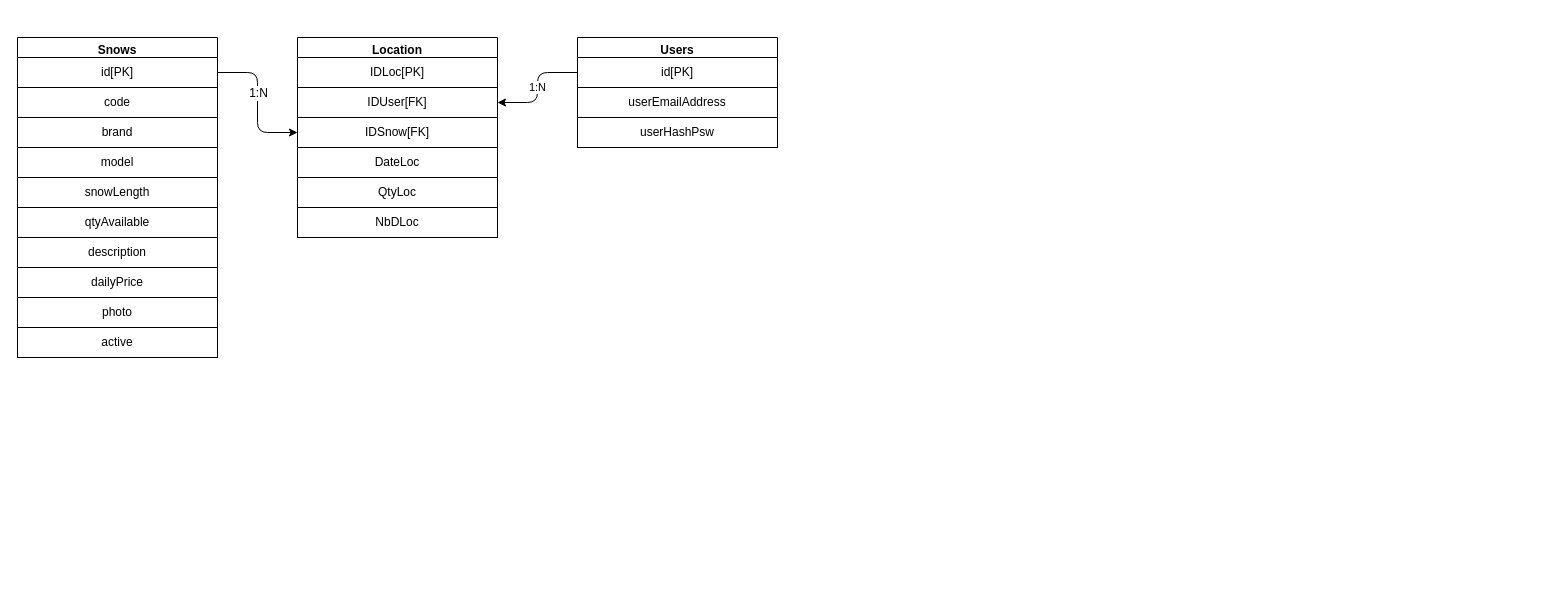
Before: Docu/Sprint 3/MCDLocation.drawio in Havachi/ProjetWEB-DB-LJACorp, a draw.io diagram. Source tidied: cells renumbered, new cells numbered last; positions are measured from the earlier drawing's top-left corner, leaving out a move shared by most shapes. Both pictures are drawn from the tidied source at 100%, with x=0, y=0 at pixel (17, 37).
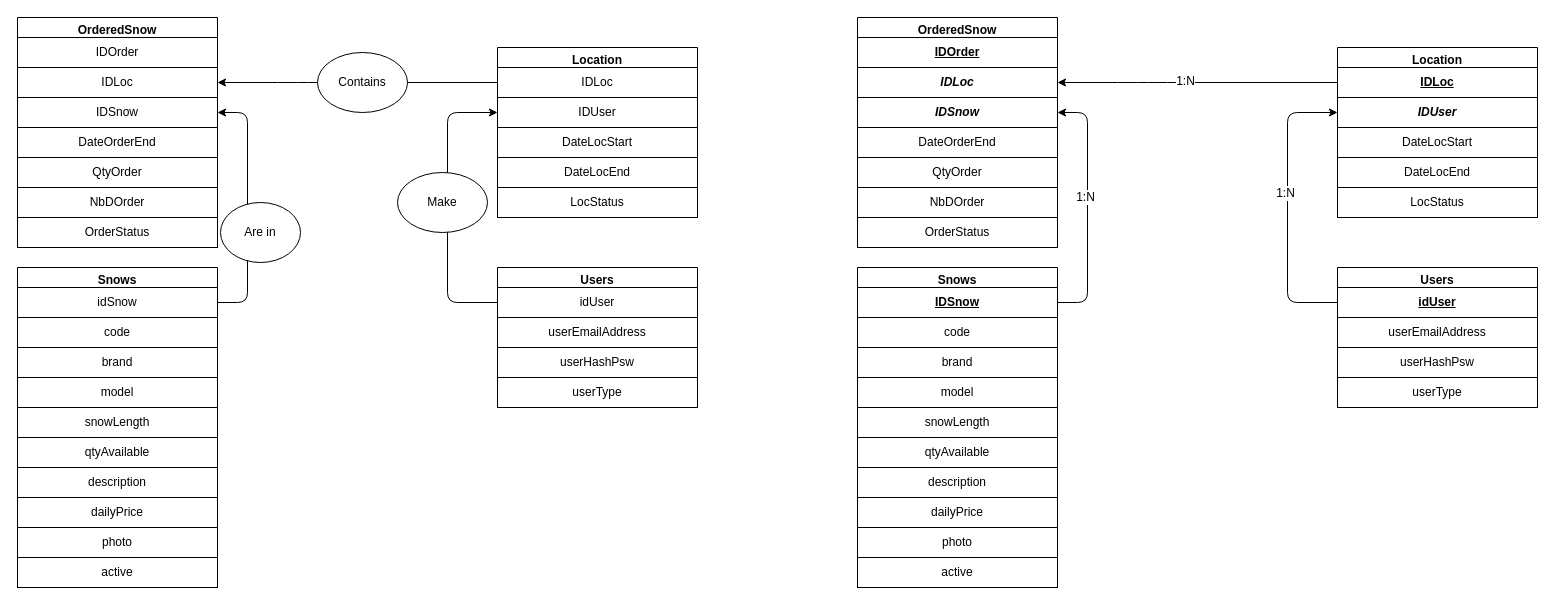
After the change.

Commit message:
MCD-MLD ready for validation

The edit, as a diff of the source:
```diff
@@
     <mxCell id="2" value="Location" style="swimlane;" parent="1" vertex="1">
-      <mxGeometry x="280" width="200" height="200" as="geometry" />
+      <mxGeometry x="480" y="10" width="200" height="170" as="geometry" />
     </mxCell>
-    <mxCell id="3" value="IDLoc[PK]" style="rounded=0;whiteSpace=wrap;html=1;" parent="2" vertex="1">
+    <mxCell id="3" value="IDLoc" style="rounded=0;whiteSpace=wrap;html=1;" parent="2" vertex="1">
       <mxGeometry y="20" width="200" height="30" as="geometry" />
     </mxCell>
-    <mxCell id="4" value="IDUser[FK]" style="rounded=0;whiteSpace=wrap;html=1;" parent="2" vertex="1">
+    <mxCell id="4" value="IDUser" style="rounded=0;whiteSpace=wrap;html=1;" parent="2" vertex="1">
       <mxGeometry y="50" width="200" height="30" as="geometry" />
     </mxCell>
-    <mxCell id="5" value="IDSnow[FK]" style="rounded=0;whiteSpace=wrap;html=1;" parent="2" vertex="1">
-      <mxGeometry y="80" width="200" height="30" as="geometry" />
-    </mxCell>
-    <mxCell id="6" value="DateLoc" style="rounded=0;whiteSpace=wrap;html=1;" parent="2" vertex="1">
-      <mxGeometry y="110" width="200" height="30" as="geometry" />
-    </mxCell>
-    <mxCell id="7" value="QtyLoc" style="rounded=0;whiteSpace=wrap;html=1;" parent="2" vertex="1">
-      <mxGeometry y="140" width="200" height="30" as="geometry" />
-    </mxCell>
-    <mxCell id="8" value="NbDLoc" style="rounded=0;whiteSpace=wrap;html=1;" parent="2" vertex="1">
-      <mxGeometry y="170" width="200" height="30" as="geometry" />
-    </mxCell>
+    <mxCell id="27" value="LocStatus" style="rounded=0;whiteSpace=wrap;html=1;" parent="2" vertex="1">
+      <mxGeometry y="140" width="200" height="30" as="geometry" />
+    </mxCell>
+    <mxCell id="28" value="DateLocStart" style="rounded=0;whiteSpace=wrap;html=1;" parent="2" vertex="1">
+      <mxGeometry y="80" width="200" height="30" as="geometry" />
+    </mxCell>
+    <mxCell id="29" value="DateLocEnd" style="rounded=0;whiteSpace=wrap;html=1;" parent="2" vertex="1">
+      <mxGeometry y="110" width="200" height="30" as="geometry" />
+    </mxCell>
     <mxCell id="9" value="Snows" style="swimlane;" parent="1" vertex="1">
-      <mxGeometry width="200" height="320" as="geometry" />
+      <mxGeometry y="230" width="200" height="320" as="geometry" />
     </mxCell>
-    <mxCell id="10" value="id[PK]" style="rounded=0;whiteSpace=wrap;html=1;" parent="9" vertex="1">
+    <mxCell id="10" value="idSnow" style="rounded=0;whiteSpace=wrap;html=1;" parent="9" vertex="1">
       <mxGeometry y="20" width="200" height="30" as="geometry" />
     </mxCell>
@@
     <mxCell id="20" value="Users" style="swimlane;" parent="1" vertex="1">
-      <mxGeometry x="560" width="200" height="110" as="geometry" />
+      <mxGeometry x="480" y="230" width="200" height="140" as="geometry" />
     </mxCell>
-    <mxCell id="21" value="id[PK]" style="rounded=0;whiteSpace=wrap;html=1;" parent="20" vertex="1">
+    <mxCell id="21" value="idUser" style="rounded=0;whiteSpace=wrap;html=1;" parent="20" vertex="1">
       <mxGeometry y="20" width="200" height="30" as="geometry" />
     </mxCell>
@@
+    <mxCell id="30" value="userType" style="rounded=0;whiteSpace=wrap;html=1;" parent="20" vertex="1">
+      <mxGeometry y="110" width="200" height="30" as="geometry" />
+    </mxCell>
+    <mxCell id="31" value="OrderedSnow" style="swimlane;" parent="1" vertex="1">
+      <mxGeometry y="-20" width="200" height="230" as="geometry" />
+    </mxCell>
+    <mxCell id="8" value="NbDOrder" style="rounded=0;whiteSpace=wrap;html=1;" parent="31" vertex="1">
+      <mxGeometry y="170" width="200" height="30" as="geometry" />
+    </mxCell>
+    <mxCell id="7" value="QtyOrder" style="rounded=0;whiteSpace=wrap;html=1;" parent="31" vertex="1">
+      <mxGeometry y="140" width="200" height="30" as="geometry" />
+    </mxCell>
+    <mxCell id="6" value="DateOrderEnd" style="rounded=0;whiteSpace=wrap;html=1;" parent="31" vertex="1">
+      <mxGeometry y="110" width="200" height="30" as="geometry" />
+    </mxCell>
+    <mxCell id="5" value="IDSnow" style="rounded=0;whiteSpace=wrap;html=1;" parent="31" vertex="1">
+      <mxGeometry y="80" width="200" height="30" as="geometry" />
+    </mxCell>
+    <mxCell id="32" value="IDLoc" style="rounded=0;whiteSpace=wrap;html=1;" parent="31" vertex="1">
+      <mxGeometry y="50" width="200" height="30" as="geometry" />
+    </mxCell>
+    <mxCell id="33" value="IDOrder" style="rounded=0;whiteSpace=wrap;html=1;" parent="31" vertex="1">
+      <mxGeometry y="20" width="200" height="30" as="geometry" />
+    </mxCell>
+    <mxCell id="34" value="OrderStatus" style="rounded=0;whiteSpace=wrap;html=1;" parent="31" vertex="1">
+      <mxGeometry y="200" width="200" height="30" as="geometry" />
+    </mxCell>
-    <mxCell id="24" style="endArrow=classic;html=1;exitX=1;exitY=0.5;exitDx=0;exitDy=0;entryX=0;entryY=0.5;entryDx=0;entryDy=0;edgeStyle=orthogonalEdgeStyle;elbow=vertical;" parent="1" edge="1" source="10" target="5">
-      <mxGeometry relative="1" as="geometry" />
+    <mxCell id="24" style="endArrow=classic;html=1;exitX=1;exitY=0.5;exitDx=0;exitDy=0;entryX=1;entryY=0.5;entryDx=0;entryDy=0;" parent="1" edge="1" source="10" target="5">
+      <mxGeometry relative="1" as="geometry">
+        <Array as="points">
+          <mxPoint x="230" y="265" />
+          <mxPoint x="230" y="75" />
+        </Array>
+      </mxGeometry>
     </mxCell>
-    <mxCell id="25" value="1:N" style="text;html=1;align=center;verticalAlign=middle;labelBackgroundColor=#ffffff;" parent="24" vertex="1">
-      <mxGeometry x="-0.43" y="-7" relative="1" as="geometry">
-        <mxPoint x="7" y="20" as="offset" />
-      </mxGeometry>
-    </mxCell>
+    <mxCell id="35" style="endArrow=classic;html=1;exitX=0;exitY=0.5;exitDx=0;exitDy=0;entryX=1;entryY=0.5;entryDx=0;entryDy=0;" parent="1" edge="1" source="3" target="32">
+      <mxGeometry relative="1" as="geometry">
+        <Array as="points">
+          <mxPoint x="300" y="45" />
+          <mxPoint x="270" y="45" />
+        </Array>
+      </mxGeometry>
+    </mxCell>
-    <mxCell id="26" value="1:N" style="endArrow=classic;html=1;entryX=1;entryY=0.5;entryDx=0;entryDy=0;exitX=0;exitY=0.5;exitDx=0;exitDy=0;" parent="1" edge="1" source="21" target="4">
+    <mxCell id="26" style="endArrow=classic;html=1;exitX=0;exitY=0.5;exitDx=0;exitDy=0;entryX=0;entryY=0.5;entryDx=0;entryDy=0;" parent="1" edge="1" source="21" target="4">
       <mxGeometry relative="1" as="geometry">
         <Array as="points">
-          <mxPoint x="520" y="35" />
-          <mxPoint x="520" y="65" />
+          <mxPoint x="430" y="265" />
+          <mxPoint x="430" y="75" />
         </Array>
       </mxGeometry>
     </mxCell>
+    <mxCell id="36" value="Make" style="ellipse;whiteSpace=wrap;html=1;" parent="1" vertex="1">
+      <mxGeometry x="380" y="135" width="90" height="60" as="geometry" />
+    </mxCell>
+    <mxCell id="37" value="Contains" style="ellipse;whiteSpace=wrap;html=1;" parent="1" vertex="1">
+      <mxGeometry x="300" y="15" width="90" height="60" as="geometry" />
+    </mxCell>
+    <mxCell id="38" value="Are in" style="ellipse;whiteSpace=wrap;html=1;" parent="1" vertex="1">
+      <mxGeometry x="203" y="165" width="80" height="60" as="geometry" />
+    </mxCell>
+    <mxCell id="39" value="Location" style="swimlane;" parent="1" vertex="1">
+      <mxGeometry x="1320" y="10" width="200" height="170" as="geometry" />
+    </mxCell>
+    <mxCell id="40" value="&lt;b&gt;&lt;u&gt;IDLoc&lt;/u&gt;&lt;/b&gt;" style="rounded=0;whiteSpace=wrap;html=1;" parent="39" vertex="1">
+      <mxGeometry y="20" width="200" height="30" as="geometry" />
+    </mxCell>
+    <mxCell id="41" value="&lt;b&gt;&lt;i&gt;IDUser&lt;/i&gt;&lt;/b&gt;" style="rounded=0;whiteSpace=wrap;html=1;" parent="39" vertex="1">
+      <mxGeometry y="50" width="200" height="30" as="geometry" />
+    </mxCell>
+    <mxCell id="42" value="LocStatus" style="rounded=0;whiteSpace=wrap;html=1;" parent="39" vertex="1">
+      <mxGeometry y="140" width="200" height="30" as="geometry" />
+    </mxCell>
+    <mxCell id="43" value="DateLocStart" style="rounded=0;whiteSpace=wrap;html=1;" parent="39" vertex="1">
+      <mxGeometry y="80" width="200" height="30" as="geometry" />
+    </mxCell>
+    <mxCell id="44" value="DateLocEnd" style="rounded=0;whiteSpace=wrap;html=1;" parent="39" vertex="1">
+      <mxGeometry y="110" width="200" height="30" as="geometry" />
+    </mxCell>
+    <mxCell id="45" value="Snows" style="swimlane;" parent="1" vertex="1">
+      <mxGeometry x="840" y="230" width="200" height="320" as="geometry" />
+    </mxCell>
+    <mxCell id="46" value="&lt;b&gt;&lt;u&gt;IDSnow&lt;/u&gt;&lt;/b&gt;" style="rounded=0;whiteSpace=wrap;html=1;" parent="45" vertex="1">
+      <mxGeometry y="20" width="200" height="30" as="geometry" />
+    </mxCell>
+    <mxCell id="47" value="code" style="rounded=0;whiteSpace=wrap;html=1;" parent="45" vertex="1">
+      <mxGeometry y="50" width="200" height="30" as="geometry" />
+    </mxCell>
+    <mxCell id="48" value="brand" style="rounded=0;whiteSpace=wrap;html=1;" parent="45" vertex="1">
+      <mxGeometry y="80" width="200" height="30" as="geometry" />
+    </mxCell>
+    <mxCell id="49" value="model" style="rounded=0;whiteSpace=wrap;html=1;" parent="45" vertex="1">
+      <mxGeometry y="110" width="200" height="30" as="geometry" />
+    </mxCell>
+    <mxCell id="50" value="snowLength" style="rounded=0;whiteSpace=wrap;html=1;" parent="45" vertex="1">
+      <mxGeometry y="140" width="200" height="30" as="geometry" />
+    </mxCell>
+    <mxCell id="51" value="qtyAvailable" style="rounded=0;whiteSpace=wrap;html=1;" parent="45" vertex="1">
+      <mxGeometry y="170" width="200" height="30" as="geometry" />
+    </mxCell>
+    <mxCell id="52" value="description" style="rounded=0;whiteSpace=wrap;html=1;" parent="45" vertex="1">
+      <mxGeometry y="200" width="200" height="30" as="geometry" />
+    </mxCell>
+    <mxCell id="53" value="dailyPrice" style="rounded=0;whiteSpace=wrap;html=1;" parent="45" vertex="1">
+      <mxGeometry y="230" width="200" height="30" as="geometry" />
+    </mxCell>
+    <mxCell id="54" value="photo" style="rounded=0;whiteSpace=wrap;html=1;" parent="45" vertex="1">
+      <mxGeometry y="260" width="200" height="30" as="geometry" />
+    </mxCell>
+    <mxCell id="55" value="active" style="rounded=0;whiteSpace=wrap;html=1;" parent="45" vertex="1">
+      <mxGeometry y="290" width="200" height="30" as="geometry" />
+    </mxCell>
+    <mxCell id="56" value="Users" style="swimlane;" parent="1" vertex="1">
+      <mxGeometry x="1320" y="230" width="200" height="140" as="geometry" />
+    </mxCell>
+    <mxCell id="57" value="&lt;u&gt;&lt;b&gt;idUser&lt;/b&gt;&lt;/u&gt;" style="rounded=0;whiteSpace=wrap;html=1;" parent="56" vertex="1">
+      <mxGeometry y="20" width="200" height="30" as="geometry" />
+    </mxCell>
+    <mxCell id="58" value="userEmailAddress" style="rounded=0;whiteSpace=wrap;html=1;" parent="56" vertex="1">
+      <mxGeometry y="50" width="200" height="30" as="geometry" />
+    </mxCell>
+    <mxCell id="59" value="userHashPsw" style="rounded=0;whiteSpace=wrap;html=1;" parent="56" vertex="1">
+      <mxGeometry y="80" width="200" height="30" as="geometry" />
+    </mxCell>
+    <mxCell id="60" value="userType" style="rounded=0;whiteSpace=wrap;html=1;" parent="56" vertex="1">
+      <mxGeometry y="110" width="200" height="30" as="geometry" />
+    </mxCell>
+    <mxCell id="61" value="OrderedSnow" style="swimlane;" parent="1" vertex="1">
+      <mxGeometry x="840" y="-20" width="200" height="230" as="geometry" />
+    </mxCell>
+    <mxCell id="62" value="NbDOrder" style="rounded=0;whiteSpace=wrap;html=1;" parent="61" vertex="1">
+      <mxGeometry y="170" width="200" height="30" as="geometry" />
+    </mxCell>
+    <mxCell id="63" value="QtyOrder" style="rounded=0;whiteSpace=wrap;html=1;" parent="61" vertex="1">
+      <mxGeometry y="140" width="200" height="30" as="geometry" />
+    </mxCell>
+    <mxCell id="64" value="DateOrderEnd" style="rounded=0;whiteSpace=wrap;html=1;" parent="61" vertex="1">
+      <mxGeometry y="110" width="200" height="30" as="geometry" />
+    </mxCell>
+    <mxCell id="65" value="&lt;b&gt;&lt;i&gt;IDSnow&lt;/i&gt;&lt;/b&gt;" style="rounded=0;whiteSpace=wrap;html=1;" parent="61" vertex="1">
+      <mxGeometry y="80" width="200" height="30" as="geometry" />
+    </mxCell>
+    <mxCell id="66" value="&lt;b&gt;&lt;i&gt;IDLoc&lt;/i&gt;&lt;/b&gt;" style="rounded=0;whiteSpace=wrap;html=1;" parent="61" vertex="1">
+      <mxGeometry y="50" width="200" height="30" as="geometry" />
+    </mxCell>
+    <mxCell id="67" value="&lt;u&gt;&lt;b&gt;IDOrder&lt;/b&gt;&lt;/u&gt;" style="rounded=0;whiteSpace=wrap;html=1;" parent="61" vertex="1">
+      <mxGeometry y="20" width="200" height="30" as="geometry" />
+    </mxCell>
+    <mxCell id="68" value="OrderStatus" style="rounded=0;whiteSpace=wrap;html=1;" parent="61" vertex="1">
+      <mxGeometry y="200" width="200" height="30" as="geometry" />
+    </mxCell>
+    <mxCell id="69" style="endArrow=classic;html=1;exitX=1;exitY=0.5;exitDx=0;exitDy=0;entryX=1;entryY=0.5;entryDx=0;entryDy=0;" parent="1" edge="1" source="46" target="65">
+      <mxGeometry relative="1" as="geometry">
+        <Array as="points">
+          <mxPoint x="1070" y="265" />
+          <mxPoint x="1070" y="75" />
+        </Array>
+      </mxGeometry>
+    </mxCell>
+    <mxCell id="70" value="1:N" style="text;html=1;align=center;verticalAlign=middle;labelBackgroundColor=#ffffff;" parent="69" vertex="1">
+      <mxGeometry x="0.09" y="3" relative="1" as="geometry" />
+    </mxCell>
+    <mxCell id="71" style="endArrow=classic;html=1;exitX=0;exitY=0.5;exitDx=0;exitDy=0;entryX=1;entryY=0.5;entryDx=0;entryDy=0;" parent="1" edge="1" source="40" target="66">
+      <mxGeometry relative="1" as="geometry">
+        <Array as="points">
+          <mxPoint x="1140" y="45" />
+          <mxPoint x="1110" y="45" />
+        </Array>
+      </mxGeometry>
+    </mxCell>
+    <mxCell id="72" value="1:N" style="text;html=1;align=center;verticalAlign=middle;labelBackgroundColor=#ffffff;" parent="71" vertex="1">
+      <mxGeometry x="0.29" y="-28" relative="1" as="geometry">
+        <mxPoint x="28" y="26" as="offset" />
+      </mxGeometry>
+    </mxCell>
+    <mxCell id="73" style="endArrow=classic;html=1;exitX=0;exitY=0.5;exitDx=0;exitDy=0;entryX=0;entryY=0.5;entryDx=0;entryDy=0;" parent="1" edge="1" source="57" target="41">
+      <mxGeometry relative="1" as="geometry">
+        <Array as="points">
+          <mxPoint x="1270" y="265" />
+          <mxPoint x="1270" y="75" />
+        </Array>
+      </mxGeometry>
+    </mxCell>
+    <mxCell id="74" value="1:N" style="text;html=1;align=center;verticalAlign=middle;labelBackgroundColor=#ffffff;" parent="73" vertex="1">
+      <mxGeometry x="0.1" y="3" relative="1" as="geometry" />
+    </mxCell>
```
